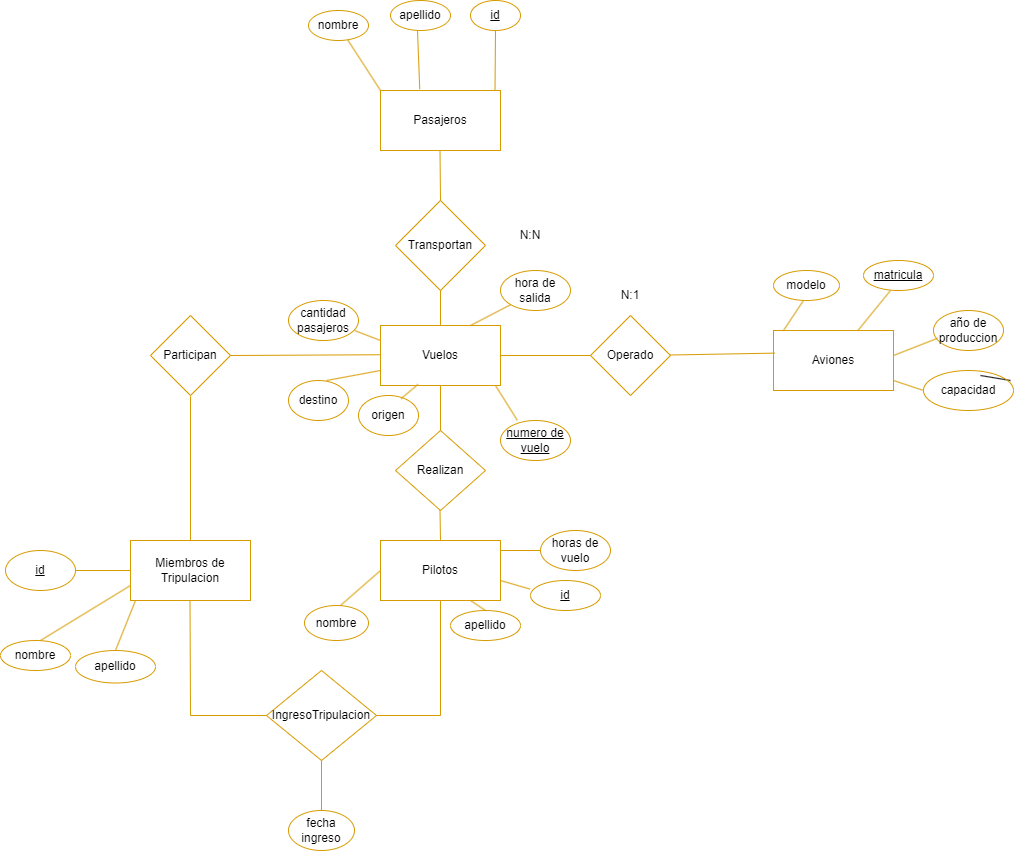
The draw.io diagram Diseño conceptual .drawio.png in NoeAvalos/Base-de-datos-Compa-ia-aerea, before a commit. Source tidied: cells renumbered, new cells last; positions are measured from the earlier drawing's top-left corner, leaving out a move shared by most shapes.
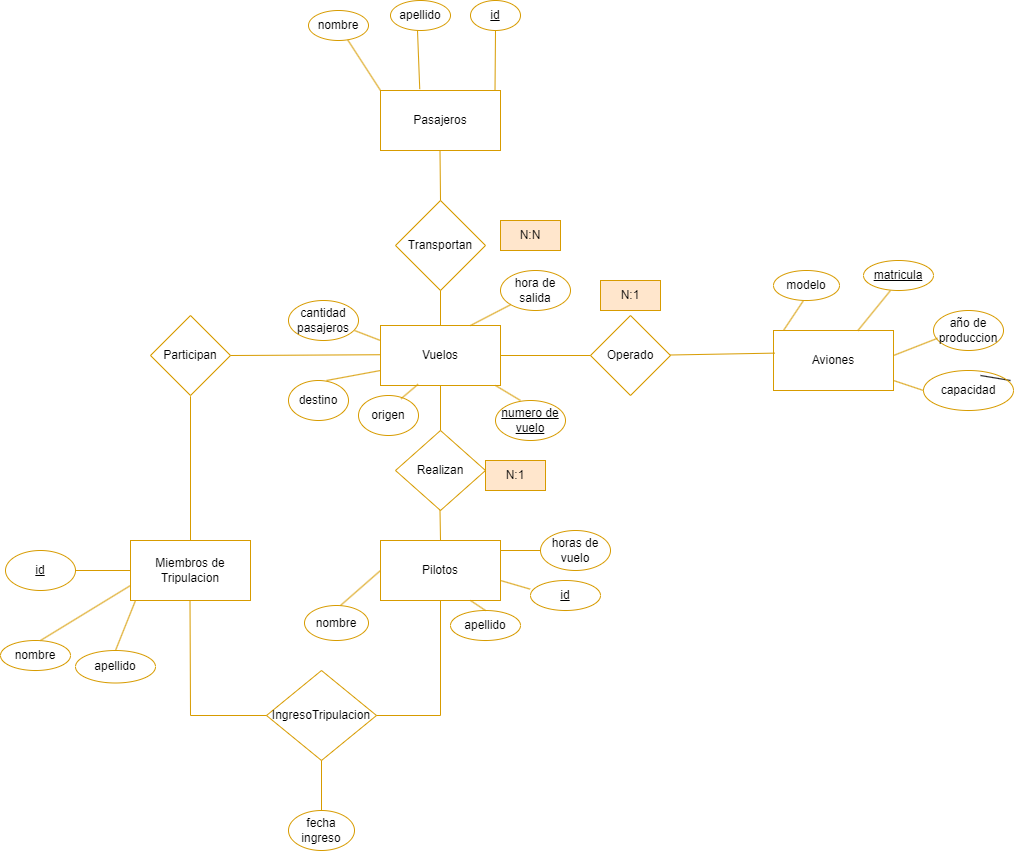
After the change.

What changed in the source:
```diff
@@ -24,7 +24,7 @@
       <mxGeometry x="288" y="810" width="66" height="40" as="geometry" />
     </mxCell>
     <mxCell id="9" value="numero de vuelo" style="ellipse;whiteSpace=wrap;html=1;fontStyle=4;fillColor=none;strokeColor=#d79b00;" parent="1" vertex="1">
-      <mxGeometry x="500" y="420" width="70" height="40" as="geometry" />
+      <mxGeometry x="495" y="400" width="70" height="40" as="geometry" />
     </mxCell>
     <mxCell id="10" value="Vuelos" style="rounded=0;whiteSpace=wrap;html=1;fillColor=none;strokeColor=#d79b00;" parent="1" vertex="1">
       <mxGeometry x="380" y="325" width="120" height="60" as="geometry" />
@@ -160,8 +160,9 @@
         <mxPoint x="494.5" y="90" as="sourcePoint" />
       </mxGeometry>
     </mxCell>
-    <mxCell id="46" style="endArrow=none;html=1;rounded=0;exitX=0.24;exitY=-0.005;exitDx=0;exitDy=0;exitPerimeter=0;fillColor=#ffe6cc;strokeColor=#d79b00;" parent="1" edge="1" source="9">
+    <mxCell id="46" style="endArrow=none;html=1;rounded=0;fillColor=#ffe6cc;strokeColor=#d79b00;" parent="1" edge="1">
       <mxGeometry relative="1" as="geometry">
+        <mxPoint x="520" y="400" as="sourcePoint" />
         <mxPoint x="495" y="385" as="targetPoint" />
       </mxGeometry>
     </mxCell>
@@ -244,11 +245,14 @@
     <mxCell id="62" style="endArrow=none;html=1;rounded=0;exitX=0.5;exitY=0;exitDx=0;exitDy=0;entryX=0.5;entryY=1;entryDx=0;entryDy=0;fillColor=#ffe6cc;strokeColor=#d79b00;" parent="1" edge="1" source="8" target="20">
       <mxGeometry relative="1" as="geometry" />
     </mxCell>
-    <mxCell id="63" value="N:N" style="text;html=1;strokeColor=none;fillColor=none;align=center;verticalAlign=middle;whiteSpace=wrap;rounded=0;" parent="1" vertex="1">
+    <mxCell id="63" value="N:N" style="text;html=1;strokeColor=#d79b00;fillColor=#ffe6cc;align=center;verticalAlign=middle;whiteSpace=wrap;rounded=0;" parent="1" vertex="1">
       <mxGeometry x="500" y="220" width="60" height="30" as="geometry" />
     </mxCell>
-    <mxCell id="64" value="N:1" style="text;html=1;strokeColor=none;fillColor=none;align=center;verticalAlign=middle;whiteSpace=wrap;rounded=0;" parent="1" vertex="1">
+    <mxCell id="64" value="N:1" style="text;html=1;strokeColor=#d79b00;fillColor=#ffe6cc;align=center;verticalAlign=middle;whiteSpace=wrap;rounded=0;" parent="1" vertex="1">
       <mxGeometry x="600" y="280" width="60" height="30" as="geometry" />
     </mxCell>
+    <mxCell id="65" value="N:1" style="text;html=1;strokeColor=#d79b00;fillColor=#ffe6cc;align=center;verticalAlign=middle;whiteSpace=wrap;rounded=0;" parent="1" vertex="1">
+      <mxGeometry x="485" y="460" width="60" height="30" as="geometry" />
+    </mxCell>
   </root>
 </mxGraphModel>
```
